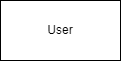
The draw.io diagram MTStore.drawio.png in rodsordi/MTStore.Commons, before a commit. Source tidied: cells renumbered, new cells last; positions are measured from the earlier drawing's top-left corner, leaving out a move shared by most shapes.
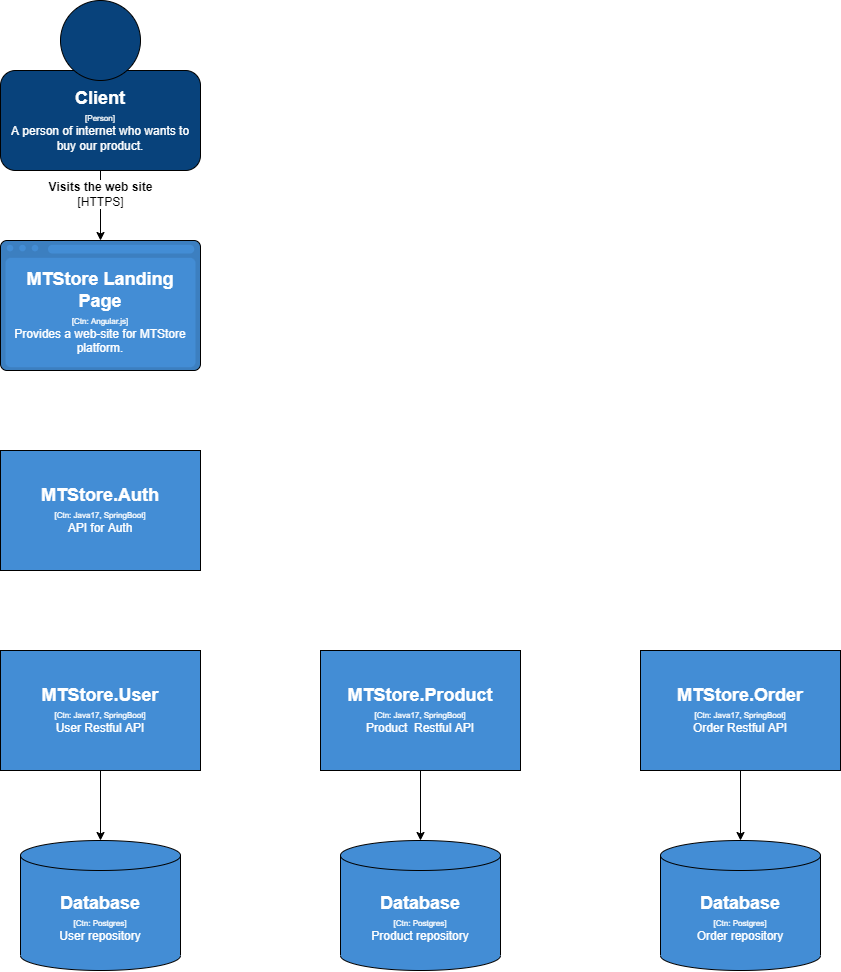
Above is the later version.

Diff of the diagram source:
```diff
@@ -2,8 +2,71 @@
   <root>
     <mxCell id="0" />
     <mxCell id="1" parent="0" />
+    <mxCell id="3" style="edgeStyle=orthogonalEdgeStyle;rounded=0;jettySize=auto;html=1;exitX=0.5;exitY=1;exitDx=0;exitDy=0;entryX=0.5;entryY=0;entryDx=0;entryDy=0;entryPerimeter=0;fontSize=8;fontColor=#FFFFFF;" parent="1" edge="1" source="2" target="4">
+      <mxGeometry relative="1" as="geometry" />
+    </mxCell>
-    <mxCell id="2" value="User" style="rounded=0;whiteSpace=wrap;html=1;" parent="1" vertex="1">
-      <mxGeometry width="120" height="60" as="geometry" />
+    <mxCell id="2" value="&lt;font size=&quot;1&quot;&gt;&lt;span style=&quot;font-size: 18px ; font-weight: bold&quot;&gt;MTStore.User&lt;/span&gt;&lt;br&gt;&lt;span style=&quot;font-size: 8px&quot;&gt;[Ctn: Java17, SpringBoot]&lt;/span&gt;&lt;br&gt;&lt;span style=&quot;font-size: 12px&quot;&gt;User Restful API&lt;/span&gt;&lt;br&gt;&lt;/font&gt;" style="rounded=0;whiteSpace=wrap;html=1;fontColor=#FFFFFF;fillColor=#438dd5;" parent="1" vertex="1">
+      <mxGeometry width="200" height="120" as="geometry" />
     </mxCell>
+    <mxCell id="4" value="&lt;b&gt;&lt;font style=&quot;font-size: 18px&quot;&gt;Database&lt;/font&gt;&lt;/b&gt;&lt;br&gt;&lt;font style=&quot;font-size: 8px&quot;&gt;[Ctn: Postgres]&lt;/font&gt;&lt;br&gt;User repository" style="shape=cylinder3;whiteSpace=wrap;html=1;boundedLbl=1;backgroundOutline=1;size=15;fontSize=12;fontColor=#FFFFFF;fillColor=#438dd5;" parent="1" vertex="1">
+      <mxGeometry x="20" y="190" width="160" height="130" as="geometry" />
+    </mxCell>
+    <mxCell id="5" style="edgeStyle=orthogonalEdgeStyle;rounded=0;jettySize=auto;html=1;exitX=0.5;exitY=1;exitDx=0;exitDy=0;fontSize=12;fontColor=#FFFFFF;entryX=0.5;entryY=0;entryDx=0;entryDy=0;" parent="1" edge="1" source="15" target="8">
+      <mxGeometry relative="1" as="geometry" />
+    </mxCell>
+    <mxCell id="6" value="&lt;font color=&quot;#000000&quot;&gt;&lt;b&gt;Visits the web site&lt;/b&gt;&lt;br&gt;[HTTPS]&lt;br&gt;&lt;/font&gt;" style="edgeLabel;html=1;align=center;verticalAlign=middle;fontSize=12;fontColor=#FFFFFF;" parent="5" vertex="1">
+      <mxGeometry x="-0.32" y="-1" relative="1" as="geometry" />
+    </mxCell>
+    <mxCell id="7" style="group;" parent="1" vertex="1">
+      <mxGeometry y="-410" width="200" height="130" as="geometry" />
+    </mxCell>
+    <mxCell id="8" style="rounded=1;whiteSpace=wrap;html=1;fontSize=12;fontColor=#000000;fillColor=#3c7fc0;arcSize=5;" parent="7" vertex="1">
+      <mxGeometry width="200" height="130" as="geometry" />
+    </mxCell>
+    <mxCell id="9" value="&lt;font color=&quot;#ffffff&quot;&gt;&lt;b&gt;&lt;font style=&quot;font-size: 18px&quot;&gt;MTStore Landing Page&lt;/font&gt;&lt;/b&gt;&lt;br&gt;&lt;font style=&quot;font-size: 8px&quot;&gt;[Ctn: Angular.js]&lt;/font&gt;&lt;br&gt;Provides a web-site for MTStore platform.&lt;/font&gt;" style="rounded=1;whiteSpace=wrap;html=1;fontSize=12;fontColor=#000000;fillColor=#438dd5;arcSize=5;strokeColor=none;" parent="7" vertex="1">
+      <mxGeometry x="5" y="17.3" width="190" height="109.4" as="geometry" />
+    </mxCell>
+    <mxCell id="10" style="ellipse;whiteSpace=wrap;html=1;fontSize=12;fontColor=#000000;fillColor=#438DD5;strokeColor=none;" parent="7" vertex="1">
+      <mxGeometry x="6.2" y="4.3" width="6.5" height="6.5" as="geometry" />
+    </mxCell>
+    <mxCell id="11" style="ellipse;whiteSpace=wrap;html=1;fontSize=12;fontColor=#000000;fillColor=#438DD5;strokeColor=none;" parent="7" vertex="1">
+      <mxGeometry x="18.8" y="4.3" width="6.5" height="6.5" as="geometry" />
+    </mxCell>
+    <mxCell id="12" style="ellipse;whiteSpace=wrap;html=1;fontSize=12;fontColor=#000000;fillColor=#438DD5;strokeColor=none;" parent="7" vertex="1">
+      <mxGeometry x="31.2" y="4.3" width="6.5" height="6.5" as="geometry" />
+    </mxCell>
+    <mxCell id="13" style="rounded=1;whiteSpace=wrap;html=1;fontSize=12;fontColor=#000000;fillColor=#438dd5;arcSize=50;strokeColor=none;" parent="7" vertex="1">
+      <mxGeometry x="47.5" y="4.3" width="146.2" height="8.7" as="geometry" />
+    </mxCell>
+    <mxCell id="14" style="group;" parent="1" vertex="1">
+      <mxGeometry y="-650" width="200" height="170" as="geometry" />
+    </mxCell>
+    <mxCell id="15" value="&lt;font size=&quot;1&quot;&gt;&lt;b style=&quot;font-size: 18px&quot;&gt;Client&lt;/b&gt;&lt;/font&gt;&lt;br&gt;&lt;font style=&quot;font-size: 8px&quot;&gt;[Person]&lt;/font&gt;&lt;br&gt;A person of internet who wants to buy our product." style="rounded=1;whiteSpace=wrap;html=1;fillColor=#08427b;fontColor=#FFFFFF;" parent="14" vertex="1">
+      <mxGeometry y="70" width="200" height="100" as="geometry" />
+    </mxCell>
+    <mxCell id="16" style="ellipse;whiteSpace=wrap;html=1;fillColor=#08427b;" parent="14" vertex="1">
+      <mxGeometry x="60" width="80" height="80" as="geometry" />
+    </mxCell>
+    <mxCell id="17" style="edgeStyle=orthogonalEdgeStyle;rounded=0;jettySize=auto;html=1;exitX=0.5;exitY=1;exitDx=0;exitDy=0;entryX=0.5;entryY=0;entryDx=0;entryDy=0;entryPerimeter=0;fontSize=8;fontColor=#FFFFFF;" parent="1" edge="1" source="18" target="19">
+      <mxGeometry relative="1" as="geometry" />
+    </mxCell>
+    <mxCell id="18" value="&lt;span style=&quot;font-size: 18px ; font-weight: bold&quot;&gt;MTStore.Product&lt;/span&gt;&lt;br&gt;&lt;span style=&quot;font-size: 8px&quot;&gt;[Ctn: Java17, SpringBoot]&lt;/span&gt;&lt;br&gt;Product&amp;nbsp; Restful API" style="rounded=0;whiteSpace=wrap;html=1;fontColor=#FFFFFF;fillColor=#438dd5;" parent="1" vertex="1">
+      <mxGeometry x="320" width="200" height="120" as="geometry" />
+    </mxCell>
+    <mxCell id="19" value="&lt;b&gt;&lt;font style=&quot;font-size: 18px&quot;&gt;Database&lt;/font&gt;&lt;/b&gt;&lt;br&gt;&lt;font style=&quot;font-size: 8px&quot;&gt;[Ctn: Postgres]&lt;/font&gt;&lt;br&gt;Product repository" style="shape=cylinder3;whiteSpace=wrap;html=1;boundedLbl=1;backgroundOutline=1;size=15;fontSize=12;fontColor=#FFFFFF;fillColor=#438dd5;" parent="1" vertex="1">
+      <mxGeometry x="340" y="190" width="160" height="130" as="geometry" />
+    </mxCell>
+    <mxCell id="20" style="edgeStyle=orthogonalEdgeStyle;rounded=0;jettySize=auto;html=1;exitX=0.5;exitY=1;exitDx=0;exitDy=0;entryX=0.5;entryY=0;entryDx=0;entryDy=0;entryPerimeter=0;fontSize=8;fontColor=#FFFFFF;" parent="1" edge="1" source="21" target="22">
+      <mxGeometry relative="1" as="geometry" />
+    </mxCell>
+    <mxCell id="21" value="&lt;font size=&quot;1&quot;&gt;&lt;span style=&quot;font-size: 18px ; font-weight: bold&quot;&gt;MTStore.Order&lt;/span&gt;&lt;br&gt;&lt;span style=&quot;font-size: 8px&quot;&gt;[Ctn: Java17, SpringBoot]&lt;/span&gt;&lt;br&gt;&lt;span style=&quot;font-size: 12px&quot;&gt;Order Restful API&lt;/span&gt;&lt;br&gt;&lt;/font&gt;" style="rounded=0;whiteSpace=wrap;html=1;fontColor=#FFFFFF;fillColor=#438dd5;" parent="1" vertex="1">
+      <mxGeometry x="640" width="200" height="120" as="geometry" />
+    </mxCell>
+    <mxCell id="22" value="&lt;b&gt;&lt;font style=&quot;font-size: 18px&quot;&gt;Database&lt;/font&gt;&lt;/b&gt;&lt;br&gt;&lt;font style=&quot;font-size: 8px&quot;&gt;[Ctn: Postgres]&lt;/font&gt;&lt;br&gt;Order repository" style="shape=cylinder3;whiteSpace=wrap;html=1;boundedLbl=1;backgroundOutline=1;size=15;fontSize=12;fontColor=#FFFFFF;fillColor=#438dd5;" parent="1" vertex="1">
+      <mxGeometry x="660" y="190" width="160" height="130" as="geometry" />
+    </mxCell>
+    <mxCell id="23" value="&lt;font size=&quot;1&quot;&gt;&lt;span style=&quot;font-size: 18px ; font-weight: bold&quot;&gt;MTStore.Auth&lt;/span&gt;&lt;br&gt;&lt;span style=&quot;font-size: 8px&quot;&gt;[Ctn: Java17, SpringBoot]&lt;/span&gt;&lt;br&gt;&lt;span style=&quot;font-size: 12px&quot;&gt;API for Auth&lt;/span&gt;&lt;br&gt;&lt;/font&gt;" style="rounded=0;whiteSpace=wrap;html=1;fontColor=#FFFFFF;fillColor=#438dd5;" parent="1" vertex="1">
+      <mxGeometry y="-200" width="200" height="120" as="geometry" />
+    </mxCell>
   </root>
 </mxGraphModel>
```
